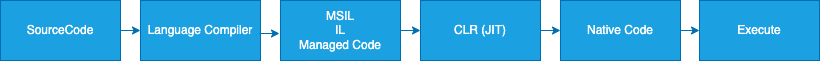
Before: Img/101_dot-net-framework-code-exceution-flow.png, a diagram exported from draw.io (uwspstar/FullStack). Source tidied: cells renumbered, new cells last; positions are measured from the earlier drawing's top-left corner, leaving out a move shared by most shapes.
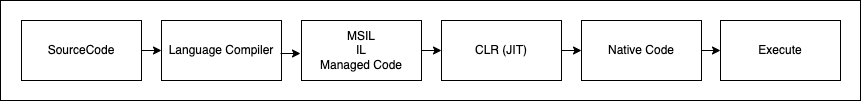
The same diagram one commit later.

Diff of the diagram source:
```diff
@@ -2,40 +2,43 @@
   <root>
     <mxCell id="0" />
     <mxCell id="1" parent="0" />
+    <mxCell id="13" style="rounded=0;whiteSpace=wrap;html=1;fontColor=#000000;labelBackgroundColor=none;fontStyle=0;" parent="1" vertex="1">
+      <mxGeometry x="-21" y="-20" width="860" height="100" as="geometry" />
+    </mxCell>
-    <mxCell id="2" value="Execute" style="rounded=0;whiteSpace=wrap;html=1;fillColor=#1ba1e2;fontColor=#ffffff;strokeColor=#006EAF;" parent="1" vertex="1">
+    <mxCell id="2" value="Execute" style="rounded=0;whiteSpace=wrap;html=1;fontColor=#000000;labelBackgroundColor=none;fontStyle=0;" parent="1" vertex="1">
       <mxGeometry x="699" width="120" height="60" as="geometry" />
     </mxCell>
-    <mxCell id="3" value="Native Code" style="rounded=0;whiteSpace=wrap;html=1;fillColor=#1ba1e2;fontColor=#ffffff;strokeColor=#006EAF;" parent="1" vertex="1">
+    <mxCell id="3" value="Native Code" style="rounded=0;whiteSpace=wrap;html=1;fontColor=#000000;labelBackgroundColor=none;fontStyle=0;" parent="1" vertex="1">
       <mxGeometry x="560" width="120" height="60" as="geometry" />
     </mxCell>
-    <mxCell id="4" value="CLR (JIT)" style="rounded=0;whiteSpace=wrap;html=1;fillColor=#1ba1e2;fontColor=#ffffff;strokeColor=#006EAF;" parent="1" vertex="1">
+    <mxCell id="4" value="CLR (JIT)" style="rounded=0;whiteSpace=wrap;html=1;fontColor=#000000;labelBackgroundColor=none;fontStyle=0;" parent="1" vertex="1">
       <mxGeometry x="420" width="120" height="60" as="geometry" />
     </mxCell>
-    <mxCell id="5" value="MSIL&lt;br&gt;IL&lt;br&gt;Managed Code" style="rounded=0;whiteSpace=wrap;html=1;fillColor=#1ba1e2;fontColor=#ffffff;strokeColor=#006EAF;" parent="1" vertex="1">
+    <mxCell id="5" value="MSIL&lt;br&gt;IL&lt;br&gt;Managed Code" style="rounded=0;whiteSpace=wrap;html=1;fontColor=#000000;labelBackgroundColor=none;fontStyle=0;" parent="1" vertex="1">
       <mxGeometry x="280" width="120" height="60" as="geometry" />
     </mxCell>
-    <mxCell id="6" value="Language Compiler" style="rounded=0;whiteSpace=wrap;html=1;fillColor=#1ba1e2;fontColor=#ffffff;strokeColor=#006EAF;" parent="1" vertex="1">
+    <mxCell id="6" value="Language Compiler" style="rounded=0;whiteSpace=wrap;html=1;fontColor=#000000;labelBackgroundColor=none;fontStyle=0;" parent="1" vertex="1">
       <mxGeometry x="140" width="120" height="60" as="geometry" />
     </mxCell>
-    <mxCell id="7" value="SourceCode" style="rounded=0;whiteSpace=wrap;html=1;fillColor=#1ba1e2;fontColor=#ffffff;strokeColor=#006EAF;" parent="1" vertex="1">
+    <mxCell id="7" value="SourceCode" style="rounded=0;whiteSpace=wrap;html=1;fontColor=#000000;labelBackgroundColor=none;fontStyle=0;" parent="1" vertex="1">
       <mxGeometry width="120" height="60" as="geometry" />
     </mxCell>
-    <mxCell id="8" style="endArrow=classic;html=1;exitX=1;exitY=0.5;exitDx=0;exitDy=0;entryX=0;entryY=0.5;entryDx=0;entryDy=0;fillColor=#1ba1e2;strokeColor=#006EAF;" parent="1" edge="1" source="7" target="6">
+    <mxCell id="8" style="endArrow=classic;html=1;exitX=1;exitY=0.5;exitDx=0;exitDy=0;entryX=0;entryY=0.5;entryDx=0;entryDy=0;fontColor=#000000;labelBackgroundColor=none;fontStyle=0;" parent="1" edge="1" source="7" target="6">
       <mxGeometry relative="1" as="geometry" />
     </mxCell>
-    <mxCell id="9" style="endArrow=classic;html=1;exitX=1;exitY=0.5;exitDx=0;exitDy=0;entryX=0;entryY=0.5;entryDx=0;entryDy=0;fillColor=#1ba1e2;strokeColor=#006EAF;" parent="1" edge="1">
+    <mxCell id="9" style="endArrow=classic;html=1;exitX=1;exitY=0.5;exitDx=0;exitDy=0;entryX=0;entryY=0.5;entryDx=0;entryDy=0;fontColor=#000000;labelBackgroundColor=none;fontStyle=0;" parent="1" edge="1">
       <mxGeometry relative="1" as="geometry">
         <mxPoint x="259" y="33" as="sourcePoint" />
         <mxPoint x="279" y="33" as="targetPoint" />
       </mxGeometry>
     </mxCell>
-    <mxCell id="10" style="endArrow=classic;html=1;exitX=1;exitY=0.5;exitDx=0;exitDy=0;entryX=0;entryY=0.5;entryDx=0;entryDy=0;fillColor=#1ba1e2;strokeColor=#006EAF;" parent="1" edge="1" source="5" target="4">
+    <mxCell id="10" style="endArrow=classic;html=1;exitX=1;exitY=0.5;exitDx=0;exitDy=0;entryX=0;entryY=0.5;entryDx=0;entryDy=0;fontColor=#000000;labelBackgroundColor=none;fontStyle=0;" parent="1" edge="1" source="5" target="4">
       <mxGeometry relative="1" as="geometry" />
     </mxCell>
-    <mxCell id="11" style="endArrow=classic;html=1;exitX=1;exitY=0.5;exitDx=0;exitDy=0;entryX=0;entryY=0.5;entryDx=0;entryDy=0;fillColor=#1ba1e2;strokeColor=#006EAF;" parent="1" edge="1" source="4" target="3">
+    <mxCell id="11" style="endArrow=classic;html=1;exitX=1;exitY=0.5;exitDx=0;exitDy=0;entryX=0;entryY=0.5;entryDx=0;entryDy=0;fontColor=#000000;labelBackgroundColor=none;fontStyle=0;" parent="1" edge="1" source="4" target="3">
       <mxGeometry relative="1" as="geometry" />
     </mxCell>
-    <mxCell id="12" style="endArrow=classic;html=1;exitX=1;exitY=0.5;exitDx=0;exitDy=0;fillColor=#1ba1e2;strokeColor=#006EAF;" parent="1" edge="1" source="3" target="2">
+    <mxCell id="12" style="endArrow=classic;html=1;exitX=1;exitY=0.5;exitDx=0;exitDy=0;fontColor=#000000;labelBackgroundColor=none;fontStyle=0;" parent="1" edge="1" source="3" target="2">
       <mxGeometry relative="1" as="geometry" />
     </mxCell>
   </root>
```
